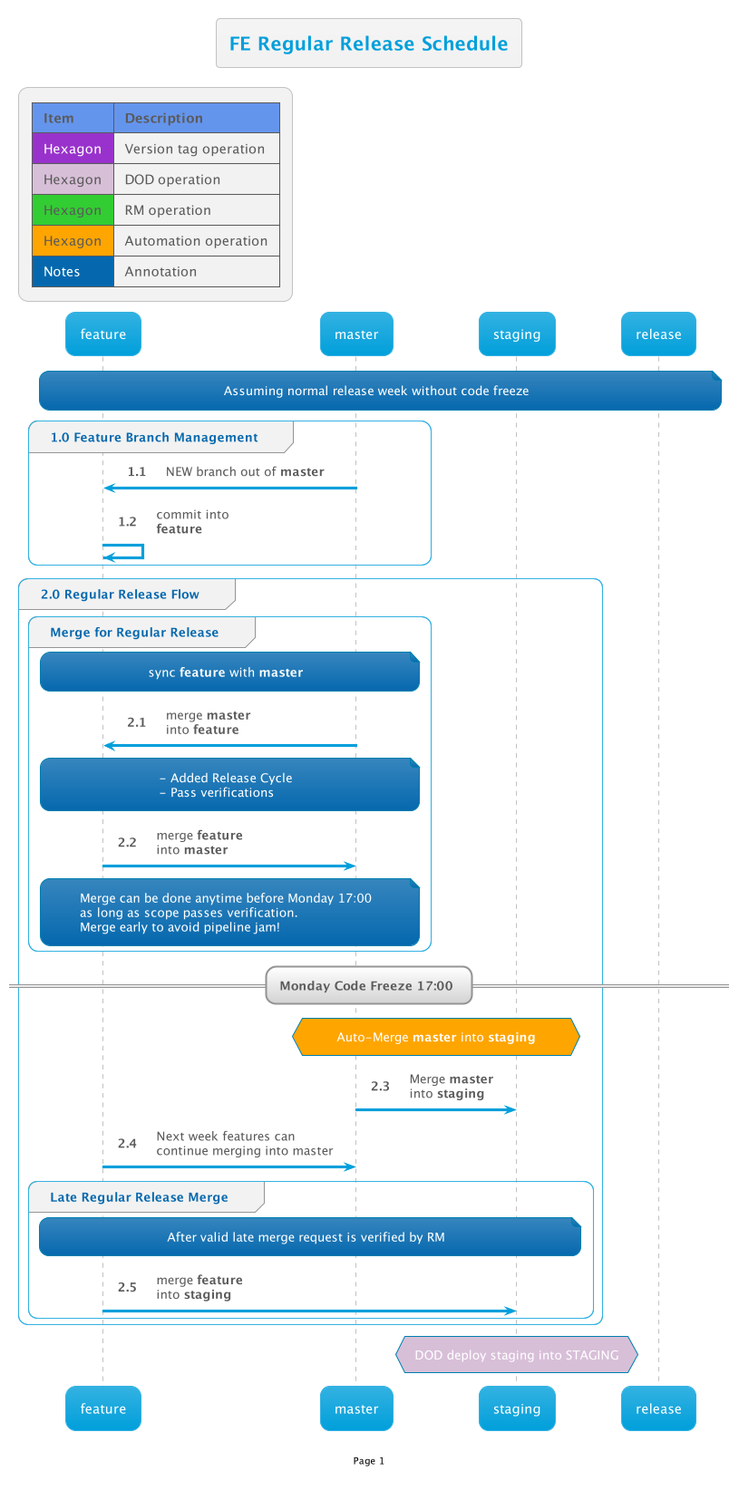
Before: out/Confluence/SOPWebFE/MergeFlow/1/1.png, a diagram exported from PlantUML (thetomitomo/diagrams).
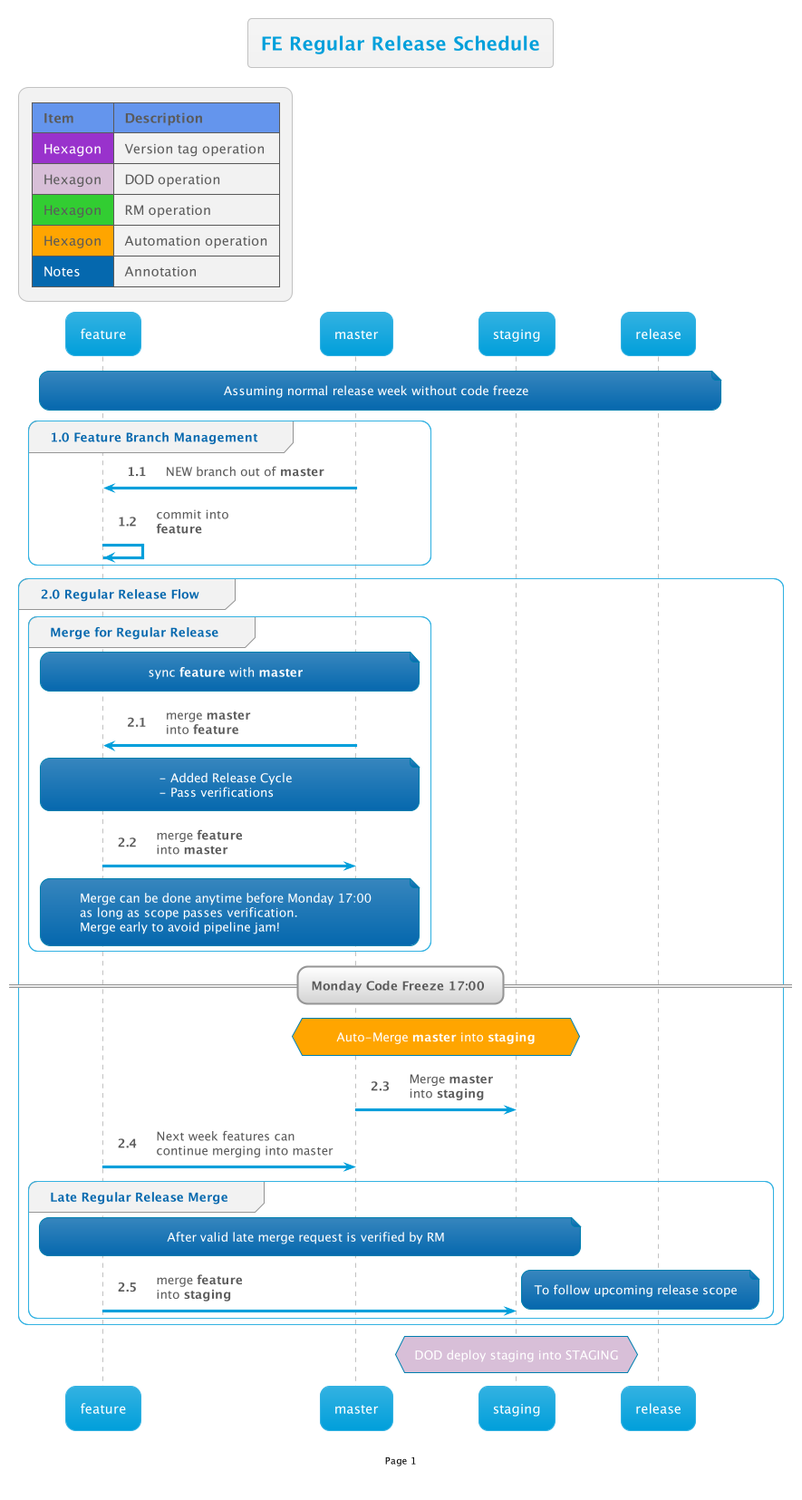
After the change.

Change to the diagram source:
```diff
@@ -29,6 +29,9 @@
     group Late Regular Release Merge
         note over feature,staging: After valid late merge request is verified by RM
         feature -> staging: merge <b>feature</b>\ninto <b>staging</b>
+        note right
+            To follow upcoming release scope
+        end note
     end
 end
 
```
